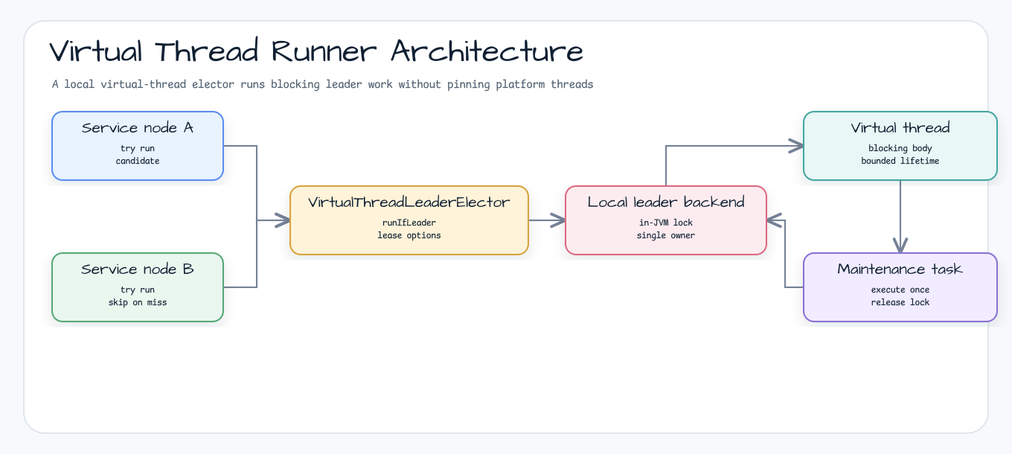
Earlier version of the Graphviz export docs/images/readme-diagrams/examples-virtual-thread-runner-architecture-01.png (bluetape4k/bluetape4k-leader). Its source is kept beside it as docs/images/readme-diagrams/examples-virtual-thread-runner-architecture-01.dot. The source it was exported from:
```dot
digraph "examples-virtual-thread-runner-architecture-01" {
  graph [layout=neato, rankdir=LR, splines=ortho, overlap=false, outputorder=edgesfirst, nodesep=0.55, ranksep=0.75, bgcolor="transparent", label="Virtual Thread Runner Architecture", labelloc=t];
  node [shape=box, style="rounded,filled", fontname="Architects Daughter", fontsize=18, margin="0.16,0.10"];
  edge [color="#758297", penwidth=1.8, arrowsize=0.8, fontname="Comic Mono", fontsize=10];
  n0 [label="Service node A", fillcolor="#ffffff", color="#5B8DEF", width=3.19, height=1.28, pos="185.00,504.00!"];
  n1 [label="Service node B", fillcolor="#ffffff", color="#58A978", width=3.19, height=1.28, pos="185.00,314.00!"];
  n2 [label="VirtualThreadLeaderElector", fillcolor="#ffffff", color="#D6A441", width=4.44, height=1.28, pos="550.00,404.00!"];
  n3 [label="Local leader backend", fillcolor="#ffffff", color="#DC6B82", width=3.75, height=1.28, pos="895.00,404.00!"];
  n4 [label="Virtual thread", fillcolor="#ffffff", color="#45A7A1", width=3.61, height=1.28, pos="1210.00,504.00!"];
  n5 [label="Maintenance task", fillcolor="#ffffff", color="#8A72D6", width=3.61, height=1.28, pos="1210.00,314.00!"];
  r1p1 [label="", shape=point, width=0.03, height=0.03, fixedsize=true, style=invis, pos="345.00,504.00!"];
  r1p2 [label="", shape=point, width=0.03, height=0.03, fixedsize=true, style=invis, pos="345.00,404.00!"];
  n0 -> r1p1 [arrowhead=none];
  r1p1 -> r1p2 [arrowhead=none];
  r1p2 -> n2 [];
  r2p1 [label="", shape=point, width=0.03, height=0.03, fixedsize=true, style=invis, pos="345.00,314.00!"];
  r2p2 [label="", shape=point, width=0.03, height=0.03, fixedsize=true, style=invis, pos="345.00,404.00!"];
  n1 -> r2p1 [arrowhead=none];
  r2p1 -> r2p2 [arrowhead=none];
  r2p2 -> n2 [];
  r3p1 [label="", shape=point, width=0.03, height=0.03, fixedsize=true, style=invis, pos="735.00,404.00!"];
  r3p2 [label="", shape=point, width=0.03, height=0.03, fixedsize=true, style=invis, pos="735.00,404.00!"];
  n2 -> r3p1 [arrowhead=none];
  r3p1 -> r3p2 [arrowhead=none];
  r3p2 -> n3 [];
  r4p1 [label="", shape=point, width=0.03, height=0.03, fixedsize=true, style=invis, pos="895.00,404.00!"];
  r4p2 [label="", shape=point, width=0.03, height=0.03, fixedsize=true, style=invis, pos="895.00,504.00!"];
  n2 -> r4p1 [arrowhead=none];
  r4p1 -> r4p2 [arrowhead=none];
  r4p2 -> n4 [];
  r5p1 [label="", shape=point, width=0.03, height=0.03, fixedsize=true, style=invis, pos="1210.00,409.00!"];
  r5p2 [label="", shape=point, width=0.03, height=0.03, fixedsize=true, style=invis, pos="1210.00,409.00!"];
  n4 -> r5p1 [arrowhead=none];
  r5p1 -> r5p2 [arrowhead=none];
  r5p2 -> n5 [];
  r6p1 [label="", shape=point, width=0.03, height=0.03, fixedsize=true, style=invis, pos="1055.00,314.00!"];
  r6p2 [label="", shape=point, width=0.03, height=0.03, fixedsize=true, style=invis, pos="1055.00,404.00!"];
  n5 -> r6p1 [arrowhead=none];
  r6p1 -> r6p2 [arrowhead=none];
  r6p2 -> n3 [];
}
```
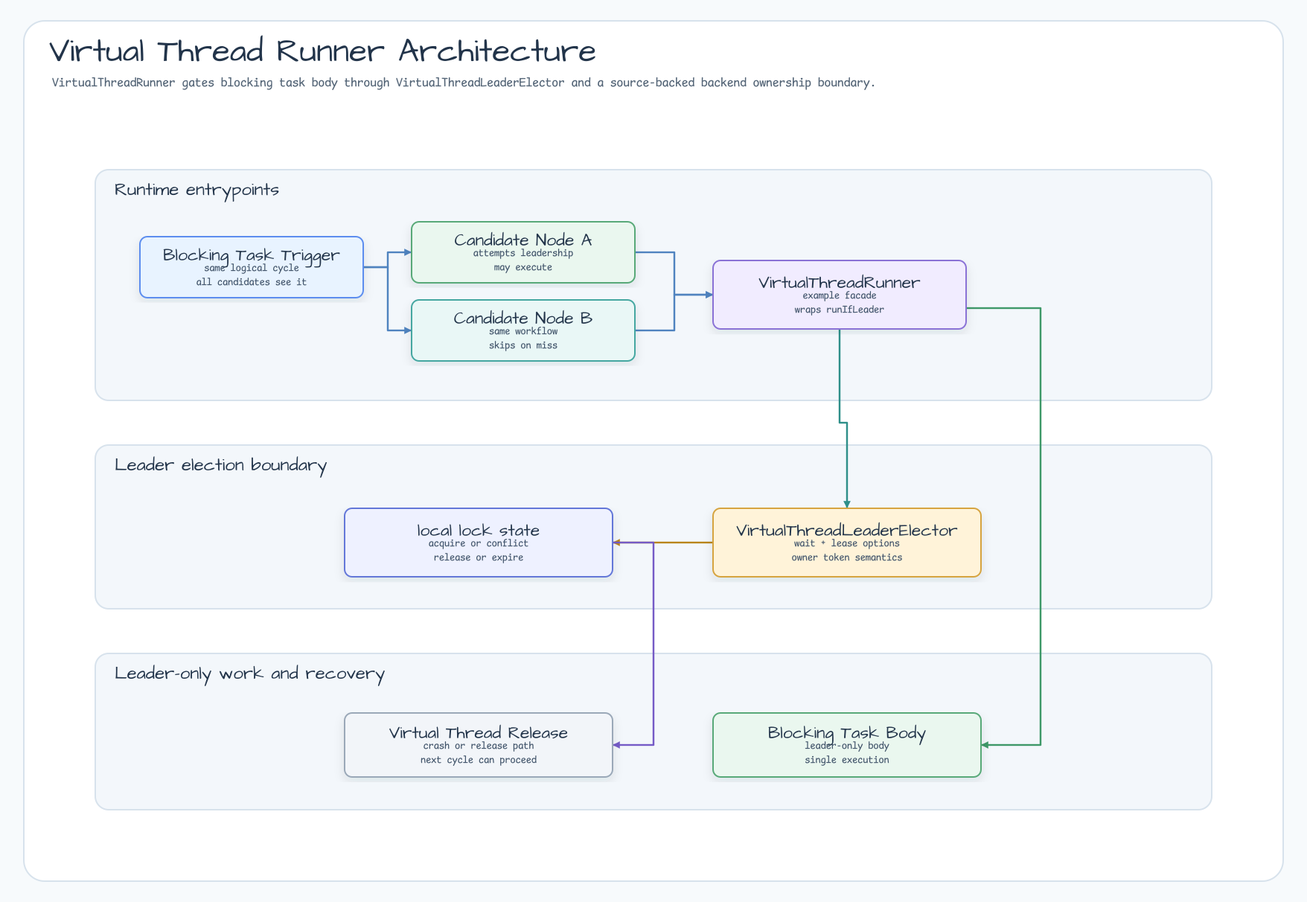
Above is the later version.

What changed in the source:
```diff
@@ -1,41 +1,21 @@
 digraph "examples-virtual-thread-runner-architecture-01" {
-  graph [layout=neato, rankdir=LR, splines=ortho, overlap=false, outputorder=edgesfirst, nodesep=0.55, ranksep=0.75, bgcolor="transparent", label="Virtual Thread Runner Architecture", labelloc=t];
-  node [shape=box, style="rounded,filled", fontname="Architects Daughter", fontsize=18, margin="0.16,0.10"];
-  edge [color="#758297", penwidth=1.8, arrowsize=0.8, fontname="Comic Mono", fontsize=10];
-  n0 [label="Service node A", fillcolor="#ffffff", color="#5B8DEF", width=3.19, height=1.28, pos="185.00,504.00!"];
-  n1 [label="Service node B", fillcolor="#ffffff", color="#58A978", width=3.19, height=1.28, pos="185.00,314.00!"];
-  n2 [label="VirtualThreadLeaderElector", fillcolor="#ffffff", color="#D6A441", width=4.44, height=1.28, pos="550.00,404.00!"];
-  n3 [label="Local leader backend", fillcolor="#ffffff", color="#DC6B82", width=3.75, height=1.28, pos="895.00,404.00!"];
-  n4 [label="Virtual thread", fillcolor="#ffffff", color="#45A7A1", width=3.61, height=1.28, pos="1210.00,504.00!"];
-  n5 [label="Maintenance task", fillcolor="#ffffff", color="#8A72D6", width=3.61, height=1.28, pos="1210.00,314.00!"];
-  r1p1 [label="", shape=point, width=0.03, height=0.03, fixedsize=true, style=invis, pos="345.00,504.00!"];
-  r1p2 [label="", shape=point, width=0.03, height=0.03, fixedsize=true, style=invis, pos="345.00,404.00!"];
-  n0 -> r1p1 [arrowhead=none];
-  r1p1 -> r1p2 [arrowhead=none];
-  r1p2 -> n2 [];
-  r2p1 [label="", shape=point, width=0.03, height=0.03, fixedsize=true, style=invis, pos="345.00,314.00!"];
-  r2p2 [label="", shape=point, width=0.03, height=0.03, fixedsize=true, style=invis, pos="345.00,404.00!"];
-  n1 -> r2p1 [arrowhead=none];
-  r2p1 -> r2p2 [arrowhead=none];
-  r2p2 -> n2 [];
-  r3p1 [label="", shape=point, width=0.03, height=0.03, fixedsize=true, style=invis, pos="735.00,404.00!"];
-  r3p2 [label="", shape=point, width=0.03, height=0.03, fixedsize=true, style=invis, pos="735.00,404.00!"];
-  n2 -> r3p1 [arrowhead=none];
-  r3p1 -> r3p2 [arrowhead=none];
-  r3p2 -> n3 [];
-  r4p1 [label="", shape=point, width=0.03, height=0.03, fixedsize=true, style=invis, pos="895.00,404.00!"];
-  r4p2 [label="", shape=point, width=0.03, height=0.03, fixedsize=true, style=invis, pos="895.00,504.00!"];
-  n2 -> r4p1 [arrowhead=none];
-  r4p1 -> r4p2 [arrowhead=none];
-  r4p2 -> n4 [];
-  r5p1 [label="", shape=point, width=0.03, height=0.03, fixedsize=true, style=invis, pos="1210.00,409.00!"];
-  r5p2 [label="", shape=point, width=0.03, height=0.03, fixedsize=true, style=invis, pos="1210.00,409.00!"];
-  n4 -> r5p1 [arrowhead=none];
-  r5p1 -> r5p2 [arrowhead=none];
-  r5p2 -> n5 [];
-  r6p1 [label="", shape=point, width=0.03, height=0.03, fixedsize=true, style=invis, pos="1055.00,314.00!"];
-  r6p2 [label="", shape=point, width=0.03, height=0.03, fixedsize=true, style=invis, pos="1055.00,404.00!"];
-  n5 -> r6p1 [arrowhead=none];
-  r6p1 -> r6p2 [arrowhead=none];
-  r6p2 -> n3 [];
+  graph [rankdir=LR, bgcolor="transparent", splines=ortho, nodesep=0.65, ranksep=0.9];
+  node [shape=box, style="rounded,filled", fillcolor="#F8FAFC", color="#94A3B8", fontname="Comic Mono"];
+  edge [color="#758297", fontname="Comic Mono", fontsize=10];
+  "trigger" [label="Blocking Task Trigger"];
+  "nodeA" [label="Candidate Node A"];
+  "nodeB" [label="Candidate Node B"];
+  "coordinator" [label="VirtualThreadRunner"];
+  "backend" [label="local lock state"];
+  "elector" [label="VirtualThreadLeaderElector"];
+  "recovery" [label="Virtual Thread Release"];
+  "work" [label="Blocking Task Body"];
+  "trigger" -> "nodeA" [label="call"];
+  "trigger" -> "nodeB" [label="call"];
+  "nodeA" -> "coordinator" [label="call"];
+  "nodeB" -> "coordinator" [label="call"];
+  "coordinator" -> "elector" [label="dependency"];
+  "elector" -> "backend" [label="contention"];
+  "coordinator" -> "work" [label="success"];
+  "backend" -> "recovery" [label="release"];
 }
```
